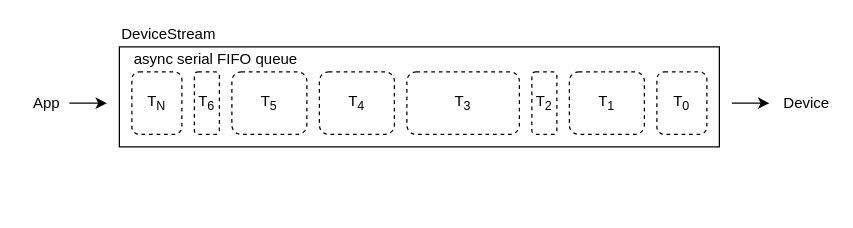
Earlier version of the draw.io diagram Docs/Diagrams/StreamRecordedEvents.drawio (astrotuna201/ntf). Source tidied: cells renumbered, new cells numbered last; positions are measured from the earlier drawing's top-left corner, leaving out a move shared by most shapes. Both pictures are drawn from the tidied source at 125%, with x=0, y=0 at pixel (21, 21).
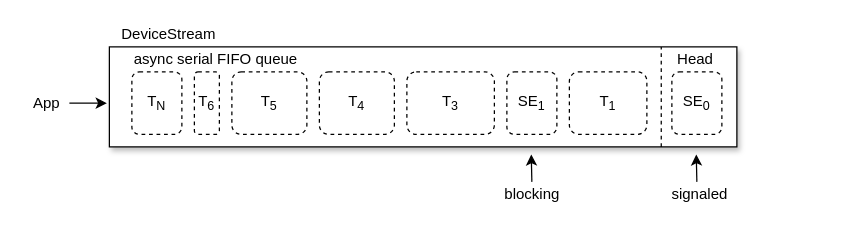
The same page after the edit.

The edit, as a diff of the source:
```diff
@@
-    <mxCell id="2" style="group;" parent="1" vertex="1">
-      <mxGeometry width="648" height="100" as="geometry" />
-    </mxCell>
-    <mxCell id="3" style="group;" parent="2" vertex="1">
-      <mxGeometry width="648" height="100" as="geometry" />
-    </mxCell>
-    <mxCell id="4" style="group;" parent="3" vertex="1">
-      <mxGeometry width="648" height="100" as="geometry" />
-    </mxCell>
-    <mxCell id="5" value="DeviceStream" style="text;html=1;strokeColor=none;fillColor=none;align=left;verticalAlign=middle;whiteSpace=wrap;rounded=0;" parent="4" vertex="1">
+    <mxCell id="5" value="DeviceStream" style="text;html=1;strokeColor=none;fillColor=none;align=left;verticalAlign=middle;whiteSpace=wrap;rounded=0;" parent="1" vertex="1">
       <mxGeometry x="78" width="80" height="20" as="geometry" />
     </mxCell>
-    <mxCell id="6" style="group;" parent="4" vertex="1">
-      <mxGeometry x="78" y="20" width="480" height="80" as="geometry" />
-    </mxCell>
+    <mxCell id="17" value="App" style="text;html=1;strokeColor=none;fillColor=none;align=center;verticalAlign=middle;whiteSpace=wrap;rounded=0;dashed=1;" parent="1" vertex="1">
+      <mxGeometry y="55" width="40" height="20" as="geometry" />
+    </mxCell>
+    <mxCell id="19" style="endArrow=classic;html=1;" parent="1" edge="1">
+      <mxGeometry relative="1" as="geometry">
+        <mxPoint x="38" y="65" as="sourcePoint" />
+        <mxPoint x="68" y="65" as="targetPoint" />
+      </mxGeometry>
+    </mxCell>
-    <mxCell id="7" style="rounded=0;whiteSpace=wrap;html=1;" parent="6" vertex="1">
-      <mxGeometry width="480" height="80" as="geometry" />
+    <mxCell id="7" style="rounded=0;whiteSpace=wrap;html=1;shadow=1;" parent="1" vertex="1">
+      <mxGeometry x="70" y="20" width="502" height="80" as="geometry" />
     </mxCell>
-    <mxCell id="8" value="async serial FIFO queue" style="text;html=1;strokeColor=none;fillColor=none;align=left;verticalAlign=middle;whiteSpace=wrap;rounded=0;" parent="6" vertex="1">
-      <mxGeometry x="10" width="140" height="20" as="geometry" />
+    <mxCell id="8" value="async serial FIFO queue" style="text;html=1;strokeColor=none;fillColor=none;align=left;verticalAlign=middle;whiteSpace=wrap;rounded=0;" parent="1" vertex="1">
+      <mxGeometry x="88" y="20" width="140" height="20" as="geometry" />
     </mxCell>
-    <mxCell id="9" value="T&lt;sub&gt;0&lt;/sub&gt;" style="text;html=1;strokeColor=#000000;fillColor=none;align=center;verticalAlign=middle;whiteSpace=wrap;rounded=1;dashed=1;" parent="6" vertex="1">
-      <mxGeometry x="430" y="20" width="40" height="50" as="geometry" />
+    <mxCell id="9" value="SE&lt;sub&gt;0&lt;/sub&gt;" style="text;html=1;strokeColor=#000000;fillColor=none;align=center;verticalAlign=middle;whiteSpace=wrap;rounded=1;dashed=1;" parent="1" vertex="1">
+      <mxGeometry x="520" y="40" width="40" height="50" as="geometry" />
     </mxCell>
-    <mxCell id="10" value="T&lt;sub&gt;1&lt;/sub&gt;" style="text;html=1;strokeColor=#000000;fillColor=none;align=center;verticalAlign=middle;whiteSpace=wrap;rounded=1;dashed=1;" parent="6" vertex="1">
-      <mxGeometry x="360" y="20" width="60" height="50" as="geometry" />
+    <mxCell id="10" value="T&lt;sub&gt;1&lt;/sub&gt;" style="text;html=1;strokeColor=#000000;fillColor=none;align=center;verticalAlign=middle;whiteSpace=wrap;rounded=1;dashed=1;" parent="1" vertex="1">
+      <mxGeometry x="438" y="40" width="62" height="50" as="geometry" />
     </mxCell>
-    <mxCell id="11" value="T&lt;sub&gt;3&lt;/sub&gt;" style="text;html=1;strokeColor=#000000;fillColor=none;align=center;verticalAlign=middle;whiteSpace=wrap;rounded=1;dashed=1;" parent="6" vertex="1">
-      <mxGeometry x="230" y="20" width="90" height="50" as="geometry" />
+    <mxCell id="11" value="T&lt;sub&gt;3&lt;/sub&gt;" style="text;html=1;strokeColor=#000000;fillColor=none;align=center;verticalAlign=middle;whiteSpace=wrap;rounded=1;dashed=1;" parent="1" vertex="1">
+      <mxGeometry x="308" y="40" width="70" height="50" as="geometry" />
     </mxCell>
-    <mxCell id="12" value="T&lt;sub&gt;2&lt;/sub&gt;" style="text;html=1;strokeColor=#000000;fillColor=none;align=center;verticalAlign=middle;whiteSpace=wrap;rounded=1;dashed=1;" parent="6" vertex="1">
-      <mxGeometry x="330" y="20" width="20" height="50" as="geometry" />
-    </mxCell>
-    <mxCell id="13" value="T&lt;sub&gt;4&lt;/sub&gt;" style="text;html=1;strokeColor=#000000;fillColor=none;align=center;verticalAlign=middle;whiteSpace=wrap;rounded=1;dashed=1;" parent="6" vertex="1">
-      <mxGeometry x="160" y="20" width="60" height="50" as="geometry" />
+    <mxCell id="13" value="T&lt;sub&gt;4&lt;/sub&gt;" style="text;html=1;strokeColor=#000000;fillColor=none;align=center;verticalAlign=middle;whiteSpace=wrap;rounded=1;dashed=1;" parent="1" vertex="1">
+      <mxGeometry x="238" y="40" width="60" height="50" as="geometry" />
     </mxCell>
-    <mxCell id="14" value="T&lt;sub&gt;5&lt;/sub&gt;" style="text;html=1;strokeColor=#000000;fillColor=none;align=center;verticalAlign=middle;whiteSpace=wrap;rounded=1;dashed=1;" parent="6" vertex="1">
-      <mxGeometry x="90" y="20" width="60" height="50" as="geometry" />
+    <mxCell id="14" value="T&lt;sub&gt;5&lt;/sub&gt;" style="text;html=1;strokeColor=#000000;fillColor=none;align=center;verticalAlign=middle;whiteSpace=wrap;rounded=1;dashed=1;" parent="1" vertex="1">
+      <mxGeometry x="168" y="40" width="60" height="50" as="geometry" />
     </mxCell>
-    <mxCell id="15" value="T&lt;sub&gt;6&lt;/sub&gt;" style="text;html=1;strokeColor=#000000;fillColor=none;align=center;verticalAlign=middle;whiteSpace=wrap;rounded=1;dashed=1;" parent="6" vertex="1">
-      <mxGeometry x="60" y="20" width="20" height="50" as="geometry" />
+    <mxCell id="15" value="T&lt;sub&gt;6&lt;/sub&gt;" style="text;html=1;strokeColor=#000000;fillColor=none;align=center;verticalAlign=middle;whiteSpace=wrap;rounded=1;dashed=1;" parent="1" vertex="1">
+      <mxGeometry x="138" y="40" width="20" height="50" as="geometry" />
     </mxCell>
-    <mxCell id="16" value="T&lt;sub&gt;N&lt;/sub&gt;" style="text;html=1;strokeColor=#000000;fillColor=none;align=center;verticalAlign=middle;whiteSpace=wrap;rounded=1;dashed=1;" parent="6" vertex="1">
-      <mxGeometry x="10" y="20" width="40" height="50" as="geometry" />
+    <mxCell id="16" value="T&lt;sub&gt;N&lt;/sub&gt;" style="text;html=1;strokeColor=#000000;fillColor=none;align=center;verticalAlign=middle;whiteSpace=wrap;rounded=1;dashed=1;" parent="1" vertex="1">
+      <mxGeometry x="88" y="40" width="40" height="50" as="geometry" />
     </mxCell>
-    <mxCell id="17" value="App" style="text;html=1;strokeColor=none;fillColor=none;align=center;verticalAlign=middle;whiteSpace=wrap;rounded=0;dashed=1;" parent="4" vertex="1">
-      <mxGeometry y="55" width="40" height="20" as="geometry" />
-    </mxCell>
-    <mxCell id="18" value="Device" style="text;html=1;strokeColor=none;fillColor=none;align=center;verticalAlign=middle;whiteSpace=wrap;rounded=0;dashed=1;" parent="4" vertex="1">
-      <mxGeometry x="608" y="55" width="40" height="20" as="geometry" />
-    </mxCell>
-    <mxCell id="19" style="endArrow=classic;html=1;" parent="4" edge="1">
-      <mxGeometry relative="1" as="geometry">
-        <mxPoint x="38" y="65" as="sourcePoint" />
-        <mxPoint x="68" y="65" as="targetPoint" />
-      </mxGeometry>
-    </mxCell>
-    <mxCell id="20" style="endArrow=classic;html=1;" parent="4" edge="1">
-      <mxGeometry relative="1" as="geometry">
-        <mxPoint x="568" y="65" as="sourcePoint" />
-        <mxPoint x="598" y="65" as="targetPoint" />
-      </mxGeometry>
-    </mxCell>
+    <mxCell id="21" value="SE&lt;sub&gt;1&lt;/sub&gt;" style="text;html=1;strokeColor=#000000;fillColor=none;align=center;verticalAlign=middle;whiteSpace=wrap;rounded=1;dashed=1;" parent="1" vertex="1">
+      <mxGeometry x="388" y="40" width="40" height="50" as="geometry" />
+    </mxCell>
+    <mxCell id="22" style="endArrow=none;dashed=1;html=1;" parent="1" edge="1">
+      <mxGeometry relative="1" as="geometry">
+        <mxPoint x="511.5" y="100" as="sourcePoint" />
+        <mxPoint x="511.5" y="20" as="targetPoint" />
+      </mxGeometry>
+    </mxCell>
+    <mxCell id="23" value="&lt;div style=&quot;text-align: center&quot;&gt;&lt;span&gt;Head&lt;/span&gt;&lt;/div&gt;" style="text;html=1;strokeColor=none;fillColor=none;align=center;verticalAlign=middle;whiteSpace=wrap;rounded=0;" parent="1" vertex="1">
+      <mxGeometry x="520" y="20" width="38" height="20" as="geometry" />
+    </mxCell>
+    <mxCell id="24" value="signaled&lt;br&gt;" style="text;html=1;align=center;verticalAlign=top;spacingTop=-4;" parent="1" vertex="1">
+      <mxGeometry x="512" y="128" width="60" height="20" as="geometry" />
+    </mxCell>
+    <mxCell id="25" style="endArrow=classic;html=1;" parent="1" edge="1">
+      <mxGeometry relative="1" as="geometry">
+        <mxPoint x="540" y="128" as="sourcePoint" />
+        <mxPoint x="539.5" y="106" as="targetPoint" />
+      </mxGeometry>
+    </mxCell>
+    <mxCell id="26" value="blocking&lt;br&gt;" style="text;html=1;align=center;verticalAlign=top;spacingTop=-4;" parent="1" vertex="1">
+      <mxGeometry x="378" y="128" width="60" height="20" as="geometry" />
+    </mxCell>
+    <mxCell id="27" style="endArrow=classic;html=1;" parent="1" edge="1">
+      <mxGeometry relative="1" as="geometry">
+        <mxPoint x="408" y="128" as="sourcePoint" />
+        <mxPoint x="407.5" y="106" as="targetPoint" />
+      </mxGeometry>
+    </mxCell>
```
